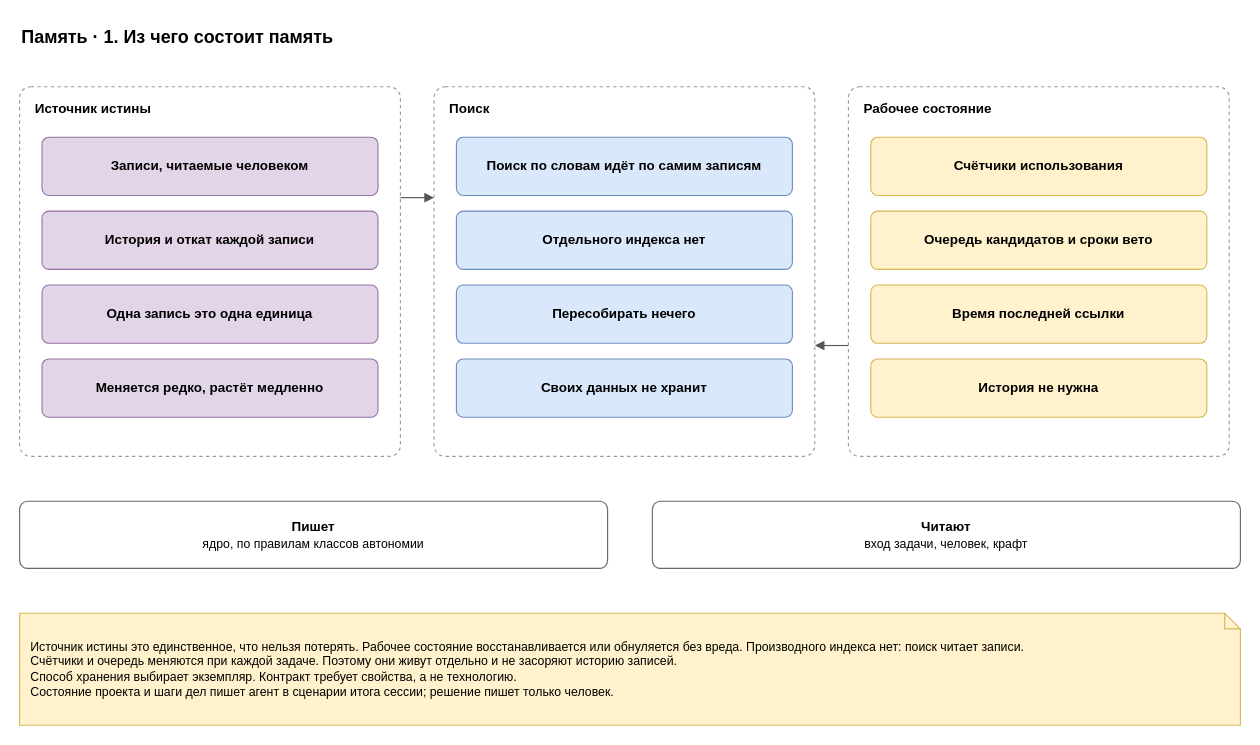
Earlier version of the draw.io diagram page "1. Состав" (1 of 7) of docs/spec/harness-memory.drawio (roygkov/reins). Source tidied: cells renumbered, new cells numbered last; positions are measured from the earlier drawing's top-left corner, leaving out a move shared by most shapes. Both pictures are drawn from the tidied source at 112%, with x=0, y=0 at pixel (19, 19).
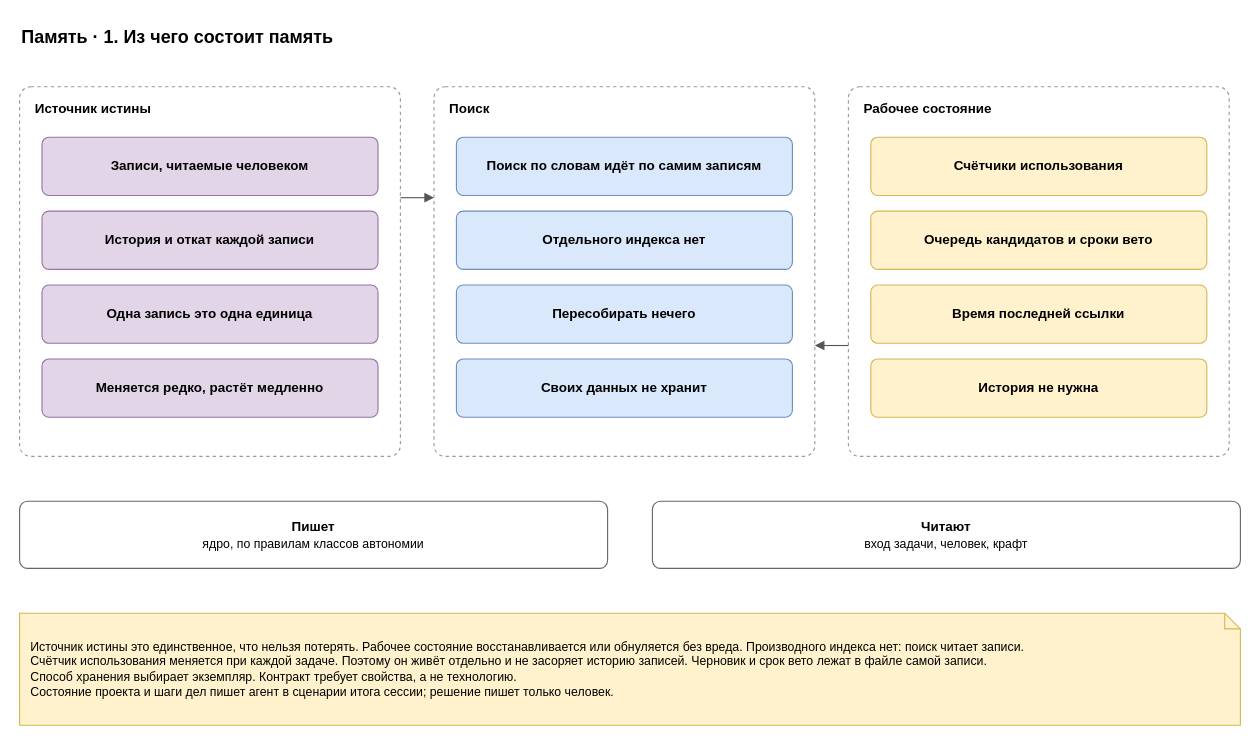
Above is the later version.

Change to the diagram source:
```diff
@@
-    <mxCell id="22" value="Источник истины это единственное, что нельзя потерять. Рабочее состояние восстанавливается или обнуляется без вреда. Производного индекса нет: поиск читает записи.&lt;br&gt;Счётчики и очередь меняются при каждой задаче. Поэтому они живут отдельно и не засоряют историю записей.&lt;br&gt;Способ хранения выбирает экземпляр. Контракт требует свойства, а не технологию.&lt;br&gt;Состояние проекта и шаги дел пишет агент в сценарии итога сессии; решение пишет только человек." style="shape=note;whiteSpace=wrap;html=1;backgroundOutline=1;size=14;fillColor=#fff2cc;strokeColor=#d6b656;align=left;spacingLeft=8;spacingRight=8;fontSize=11;" parent="1" vertex="1">
+    <mxCell id="22" value="Источник истины это единственное, что нельзя потерять. Рабочее состояние восстанавливается или обнуляется без вреда. Производного индекса нет: поиск читает записи.&lt;br&gt;Счётчик использования меняется при каждой задаче. Поэтому он живёт отдельно и не засоряет историю записей. Черновик и срок вето лежат в файле самой записи.&lt;br&gt;Способ хранения выбирает экземпляр. Контракт требует свойства, а не технологию.&lt;br&gt;Состояние проекта и шаги дел пишет агент в сценарии итога сессии; решение пишет только человек." style="shape=note;whiteSpace=wrap;html=1;backgroundOutline=1;size=14;fillColor=#fff2cc;strokeColor=#d6b656;align=left;spacingLeft=8;spacingRight=8;fontSize=11;" parent="1" vertex="1">
       <mxGeometry y="530" width="1090" height="100" as="geometry" />
     </mxCell>
```
